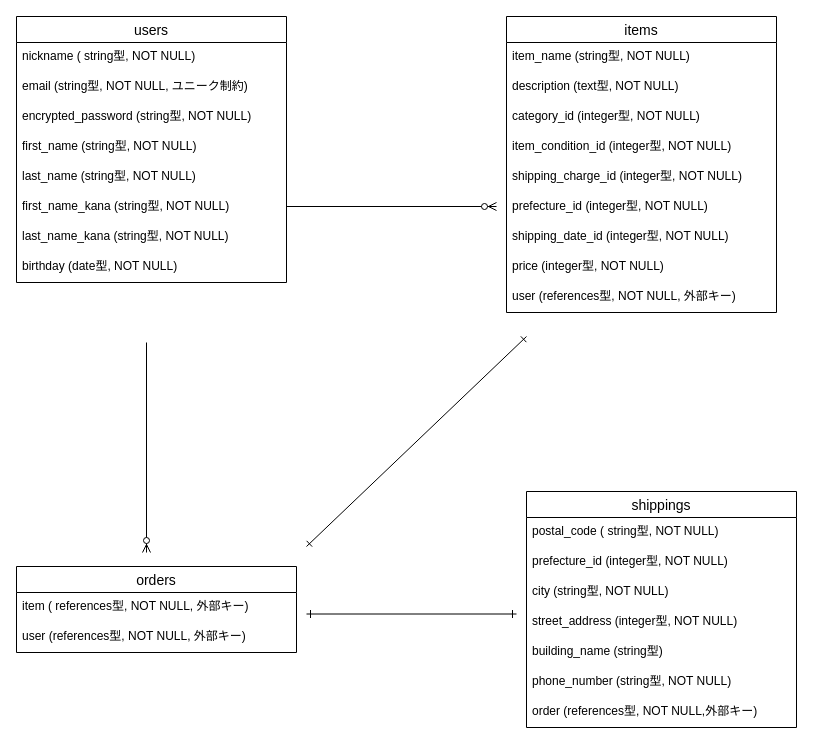
This is test.dio from KDItsu/furima-40546, a draw.io file, before an edit. Source tidied: cells renumbered, new cells numbered last; positions are measured from the earlier drawing's top-left corner, leaving out a move shared by most shapes. Both pictures are drawn from the tidied source at 100%, with x=0, y=0 at pixel (16, 16).
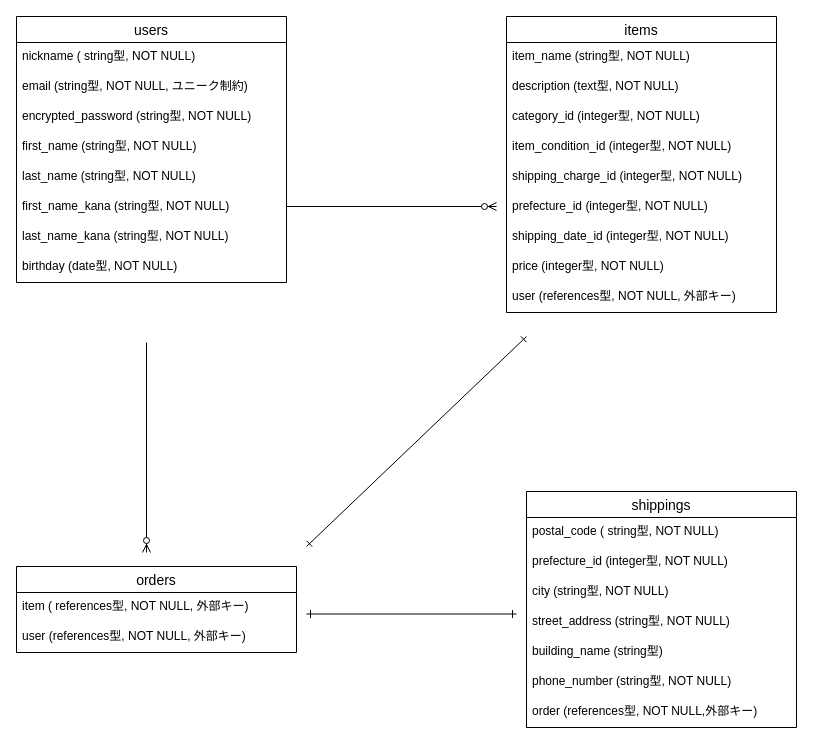
The same diagram, later.

Commit message (it also covers changes not shown here):
データベース設計修正2

Unchanged cells that the change refers to:
```xml
<mxCell id="24" value="shippings" style="swimlane;fontStyle=0;horizontal=1;startSize=26;align=center;fontSize=14;" parent="1" vertex="1">
  <mxGeometry x="510" y="475" width="270" height="236" as="geometry" />
</mxCell>
```

Change to the diagram source:
```diff
@@
-    <mxCell id="28" value="street_address (integer型, NOT NULL)" style="text;strokeColor=none;fillColor=none;spacingLeft=4;spacingRight=4;overflow=hidden;fontSize=12;" parent="24" vertex="1">
+    <mxCell id="28" value="street_address (string型, NOT NULL)" style="text;strokeColor=none;fillColor=none;spacingLeft=4;spacingRight=4;overflow=hidden;fontSize=12;" parent="24" vertex="1">
       <mxGeometry y="116" width="270" height="30" as="geometry" />
     </mxCell>
```
